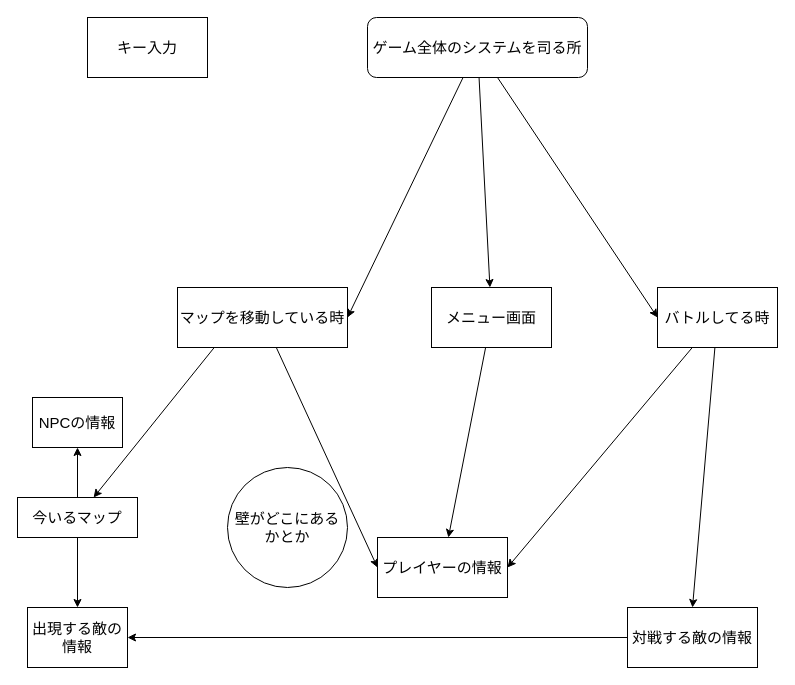
This is design.dio from hk-p114514/gohanRPG, a draw.io file, before an edit. Source tidied: cells renumbered, new cells numbered last; positions are measured from the earlier drawing's top-left corner, leaving out a move shared by most shapes. Both pictures are drawn from the tidied source at 100%, with x=0, y=0 at pixel (17, 17).
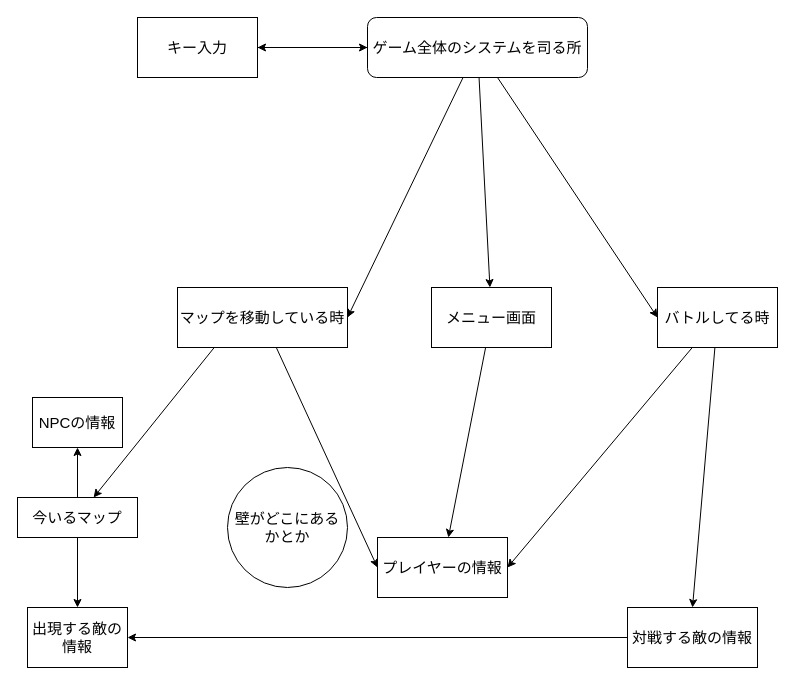
After the change.

Commit message:
キー入力受けを考察

The change refers to these unchanged cells:
```xml
<mxCell id="11" value="ゲーム全体のシステムを司る所" style="rounded=1;whiteSpace=wrap;html=1;strokeWidth=1;fontSize=15;" parent="1" vertex="1">
  <mxGeometry x="350" width="220" height="60" as="geometry" />
</mxCell>
```

What changed in the source:
```diff
@@
+    <mxCell id="24" style="edgeStyle=none;html=1;entryX=1;entryY=0.5;entryDx=0;entryDy=0;" parent="1" edge="1" source="11" target="23">
+      <mxGeometry relative="1" as="geometry" />
+    </mxCell>
@@
+    <mxCell id="25" style="edgeStyle=none;html=1;" parent="1" edge="1" source="23" target="11">
+      <mxGeometry relative="1" as="geometry" />
+    </mxCell>
     <mxCell id="23" value="&lt;font style=&quot;font-size: 15px&quot;&gt;キー入力&lt;/font&gt;" style="rounded=0;whiteSpace=wrap;html=1;" parent="1" vertex="1">
-      <mxGeometry x="70" width="120" height="60" as="geometry" />
+      <mxGeometry x="120" width="120" height="60" as="geometry" />
     </mxCell>
```
